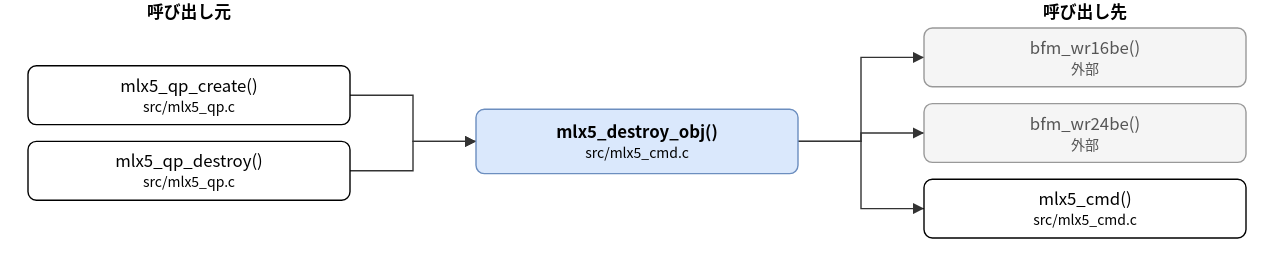
Earlier version of the draw.io export doc/spec/images/call_src_mlx5_cmd-mlx5_destroy_obj.drawio.svg (hf355051012-ai/bfmem). Source tidied: cells renumbered, new cells last; positions are measured from the earlier drawing's top-left corner, leaving out a move shared by most shapes.
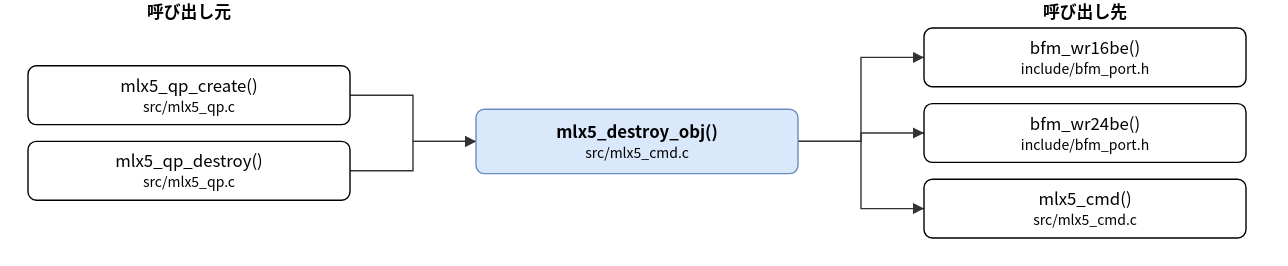
The same diagram one commit later.

The edit, as a diff of the source:
```diff
@@ -11,10 +11,10 @@
     <mxCell id="4" value="mlx5_qp_destroy()&lt;br&gt;&lt;font style=&quot;font-size:10px&quot;&gt;src/mlx5_qp.c&lt;/font&gt;" style="rounded=1;whiteSpace=wrap;html=1;" parent="1" vertex="1">
       <mxGeometry y="101" width="230" height="42" as="geometry" />
     </mxCell>
-    <mxCell id="5" value="bfm_wr16be()&lt;br&gt;&lt;font style=&quot;font-size:10px&quot;&gt;外部&lt;/font&gt;" style="rounded=1;whiteSpace=wrap;html=1;fillColor=#f5f5f5;strokeColor=#999999;fontColor=#555555;" parent="1" vertex="1">
+    <mxCell id="5" value="bfm_wr16be()&lt;br&gt;&lt;font style=&quot;font-size:10px&quot;&gt;include/bfm_port.h&lt;/font&gt;" style="rounded=1;whiteSpace=wrap;html=1;" parent="1" vertex="1">
       <mxGeometry x="640" y="20" width="230" height="42" as="geometry" />
     </mxCell>
-    <mxCell id="6" value="bfm_wr24be()&lt;br&gt;&lt;font style=&quot;font-size:10px&quot;&gt;外部&lt;/font&gt;" style="rounded=1;whiteSpace=wrap;html=1;fillColor=#f5f5f5;strokeColor=#999999;fontColor=#555555;" parent="1" vertex="1">
+    <mxCell id="6" value="bfm_wr24be()&lt;br&gt;&lt;font style=&quot;font-size:10px&quot;&gt;include/bfm_port.h&lt;/font&gt;" style="rounded=1;whiteSpace=wrap;html=1;" parent="1" vertex="1">
       <mxGeometry x="640" y="74" width="230" height="42" as="geometry" />
     </mxCell>
     <mxCell id="7" value="mlx5_cmd()&lt;br&gt;&lt;font style=&quot;font-size:10px&quot;&gt;src/mlx5_cmd.c&lt;/font&gt;" style="rounded=1;whiteSpace=wrap;html=1;" parent="1" vertex="1">
```
